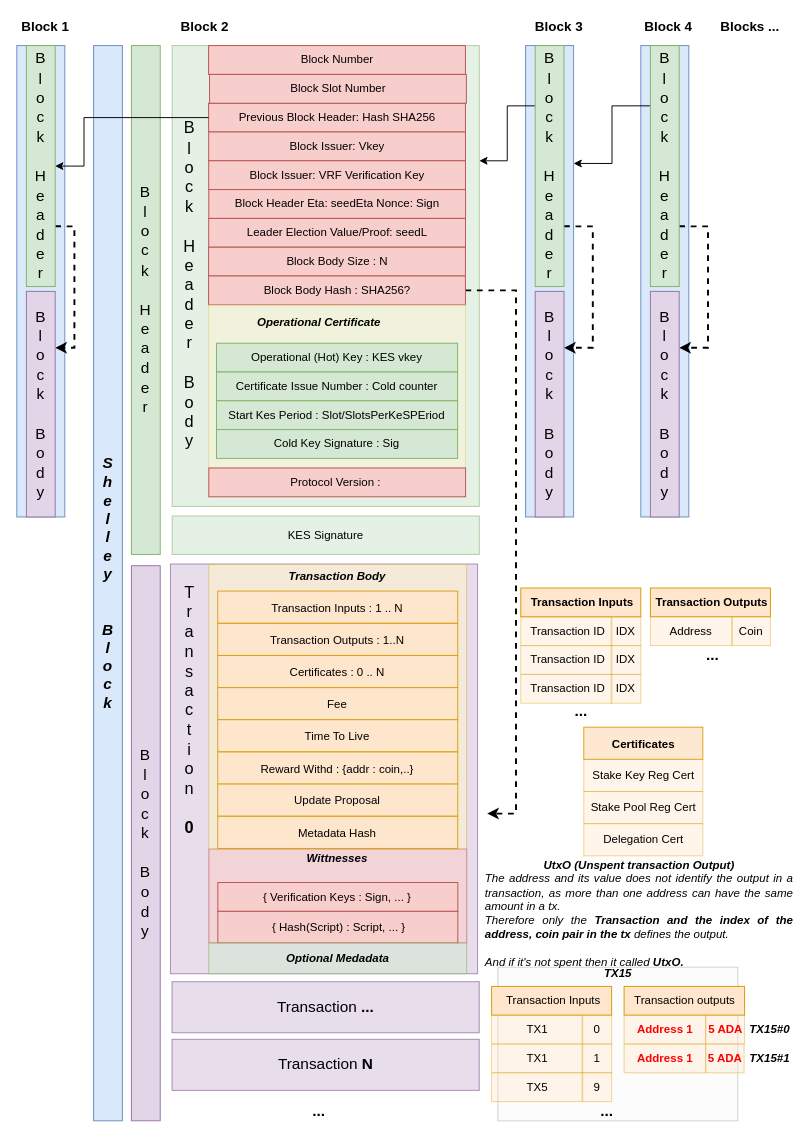
This is diagrams/ShelleyBlock.drawio from ilap/ShelleyStuffs, a draw.io file, before an edit. Source tidied: cells renumbered, new cells numbered last; positions are measured from the earlier drawing's top-left corner, leaving out a move shared by most shapes. Both pictures are drawn from the tidied source at 96%, with x=0, y=0 at pixel (16, 16).
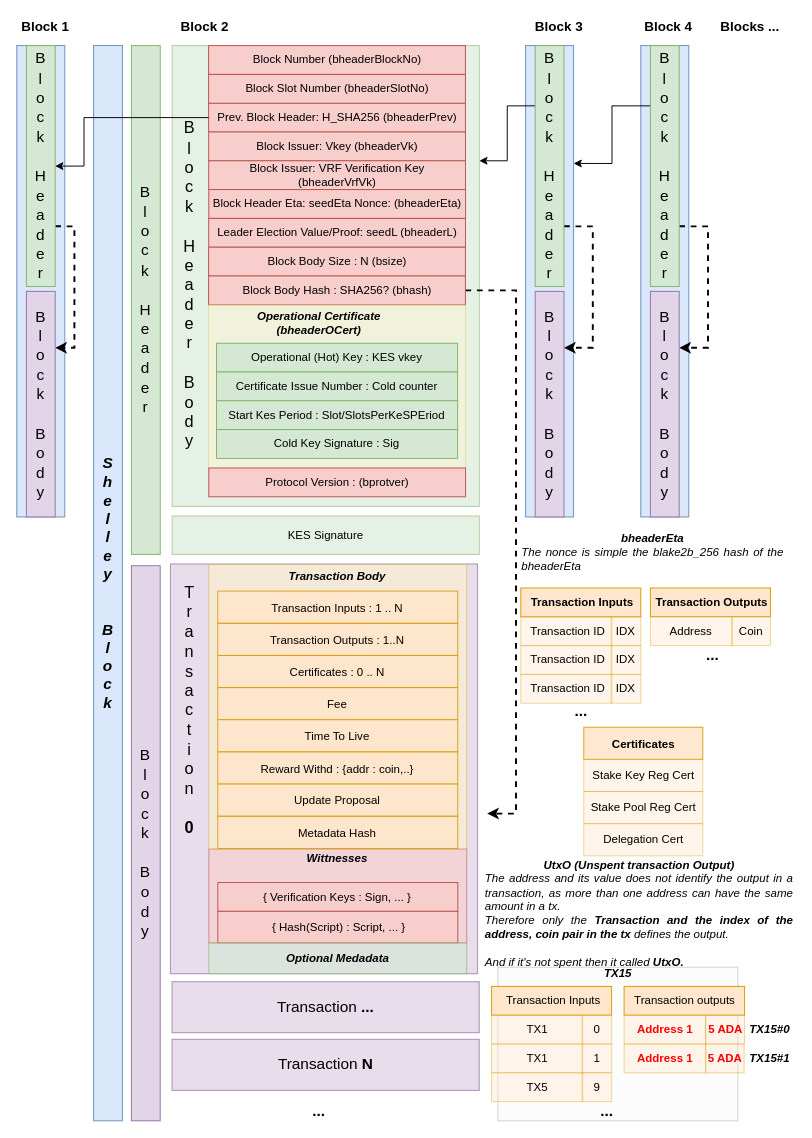
Above is the later version.

What changed in the source:
```diff
@@
-    <mxCell id="8" value="Previous Block Header: Hash SHA256" style="rounded=0;whiteSpace=wrap;html=1;fillColor=#f8cecc;strokeColor=#b85450;" parent="1" vertex="1">
+    <mxCell id="8" value="Prev. Block Header: H_SHA256 (bheaderPrev)" style="rounded=0;whiteSpace=wrap;html=1;fillColor=#f8cecc;strokeColor=#b85450;" parent="1" vertex="1">
       <mxGeometry x="199.8" y="90" width="267.5" height="30" as="geometry" />
     </mxCell>
-    <mxCell id="9" value="Block Issuer: Vkey" style="rounded=0;whiteSpace=wrap;html=1;fillColor=#f8cecc;strokeColor=#b85450;align=center;" parent="1" vertex="1">
+    <mxCell id="9" value="Block Issuer: Vkey (bheaderVk)" style="rounded=0;whiteSpace=wrap;html=1;fillColor=#f8cecc;strokeColor=#b85450;align=center;" parent="1" vertex="1">
       <mxGeometry x="199.9" y="120" width="267.5" height="30" as="geometry" />
     </mxCell>
-    <mxCell id="10" value="Block Issuer: VRF Verification Key" style="rounded=0;whiteSpace=wrap;html=1;fillColor=#f8cecc;strokeColor=#b85450;align=center;" parent="1" vertex="1">
+    <mxCell id="10" value="Block Issuer: VRF Verification Key (bheaderVrfVk)" style="rounded=0;whiteSpace=wrap;html=1;fillColor=#f8cecc;strokeColor=#b85450;align=center;" parent="1" vertex="1">
       <mxGeometry x="199.9" y="150" width="267.5" height="30" as="geometry" />
     </mxCell>
-    <mxCell id="11" value="Block Header Eta: seedEta Nonce: Sign" style="rounded=0;whiteSpace=wrap;html=1;fillColor=#f8cecc;strokeColor=#b85450;align=center;" parent="1" vertex="1">
+    <mxCell id="11" value="Block Header Eta: seedEta Nonce: (bheaderEta)" style="rounded=0;whiteSpace=wrap;html=1;fillColor=#f8cecc;strokeColor=#b85450;align=center;" parent="1" vertex="1">
       <mxGeometry x="200" y="180" width="267.5" height="30" as="geometry" />
     </mxCell>
-    <mxCell id="12" value="Leader Election Value/Proof: seedL" style="rounded=0;whiteSpace=wrap;html=1;fillColor=#f8cecc;strokeColor=#b85450;align=center;" parent="1" vertex="1">
+    <mxCell id="12" value="Leader Election Value/Proof: seedL (bheaderL)" style="rounded=0;whiteSpace=wrap;html=1;fillColor=#f8cecc;strokeColor=#b85450;align=center;" parent="1" vertex="1">
       <mxGeometry x="199.9" y="210" width="267.5" height="30" as="geometry" />
     </mxCell>
-    <mxCell id="13" value="Block Body Size : N" style="rounded=0;whiteSpace=wrap;html=1;fillColor=#f8cecc;strokeColor=#b85450;align=center;" parent="1" vertex="1">
+    <mxCell id="13" value="Block Body Size : N (bsize)" style="rounded=0;whiteSpace=wrap;html=1;fillColor=#f8cecc;strokeColor=#b85450;align=center;" parent="1" vertex="1">
       <mxGeometry x="199.8" y="240" width="267.5" height="30" as="geometry" />
     </mxCell>
@@
-    <mxCell id="15" value="Block Body Hash : SHA256?" style="rounded=0;whiteSpace=wrap;html=1;fillColor=#f8cecc;strokeColor=#b85450;align=center;" parent="1" vertex="1">
+    <mxCell id="15" value="Block Body Hash : SHA256? (bhash)" style="rounded=0;whiteSpace=wrap;html=1;fillColor=#f8cecc;strokeColor=#b85450;align=center;" parent="1" vertex="1">
       <mxGeometry x="199.8" y="270" width="267.5" height="30" as="geometry" />
     </mxCell>
@@
-    <mxCell id="18" value="Operational Certificate" style="text;html=1;strokeColor=none;fillColor=none;align=center;verticalAlign=middle;whiteSpace=wrap;rounded=0;fontStyle=3;" parent="1" vertex="1">
+    <mxCell id="18" value="Operational Certificate (bheaderOCert)" style="text;html=1;strokeColor=none;fillColor=none;align=center;verticalAlign=middle;whiteSpace=wrap;rounded=0;fontStyle=3;" parent="1" vertex="1">
       <mxGeometry x="244.8" y="304" width="140" height="30" as="geometry" />
     </mxCell>
@@
-    <mxCell id="22" value="Protocol Version :&amp;nbsp;" style="rounded=0;whiteSpace=wrap;html=1;fillColor=#f8cecc;strokeColor=#b85450;align=center;" parent="1" vertex="1">
+    <mxCell id="22" value="Protocol Version : (bprotver)" style="rounded=0;whiteSpace=wrap;html=1;fillColor=#f8cecc;strokeColor=#b85450;align=center;" parent="1" vertex="1">
       <mxGeometry x="200" y="470" width="267.5" height="30" as="geometry" />
     </mxCell>
@@
-    <mxCell id="96" value="Block Number" style="rounded=0;whiteSpace=wrap;html=1;fillColor=#f8cecc;strokeColor=#b85450;align=center;" parent="1" vertex="1">
+    <mxCell id="96" value="Block Number (bheaderBlockNo)" style="rounded=0;whiteSpace=wrap;html=1;fillColor=#f8cecc;strokeColor=#b85450;align=center;" parent="1" vertex="1">
       <mxGeometry x="199.8" y="30" width="267.5" height="30" as="geometry" />
     </mxCell>
-    <mxCell id="97" value="Block Slot Number" style="rounded=0;whiteSpace=wrap;html=1;fillColor=#f8cecc;strokeColor=#b85450;align=center;" parent="1" vertex="1">
-      <mxGeometry x="200.8" y="60" width="267.5" height="30" as="geometry" />
+    <mxCell id="97" value="Block Slot Number (bheaderSlotNo)" style="rounded=0;whiteSpace=wrap;html=1;fillColor=#f8cecc;strokeColor=#b85450;align=center;" parent="1" vertex="1">
+      <mxGeometry x="199.8" y="60" width="267.5" height="30" as="geometry" />
     </mxCell>
@@
+    <mxCell id="99" value="&lt;div&gt;&lt;i&gt;&lt;b&gt;bheaderEta&lt;/b&gt;&lt;/i&gt;&lt;/div&gt;&lt;div style=&quot;text-align: justify&quot;&gt;&lt;i&gt;The nonce is simple the blake2b_256 hash of the bheaderEta&lt;/i&gt;&lt;/div&gt;" style="text;html=1;strokeColor=none;fillColor=none;align=center;verticalAlign=top;whiteSpace=wrap;rounded=0;fontSize=12;opacity=40;" parent="1" vertex="1">
+      <mxGeometry x="525" y="530" width="275" height="50" as="geometry" />
+    </mxCell>
```
